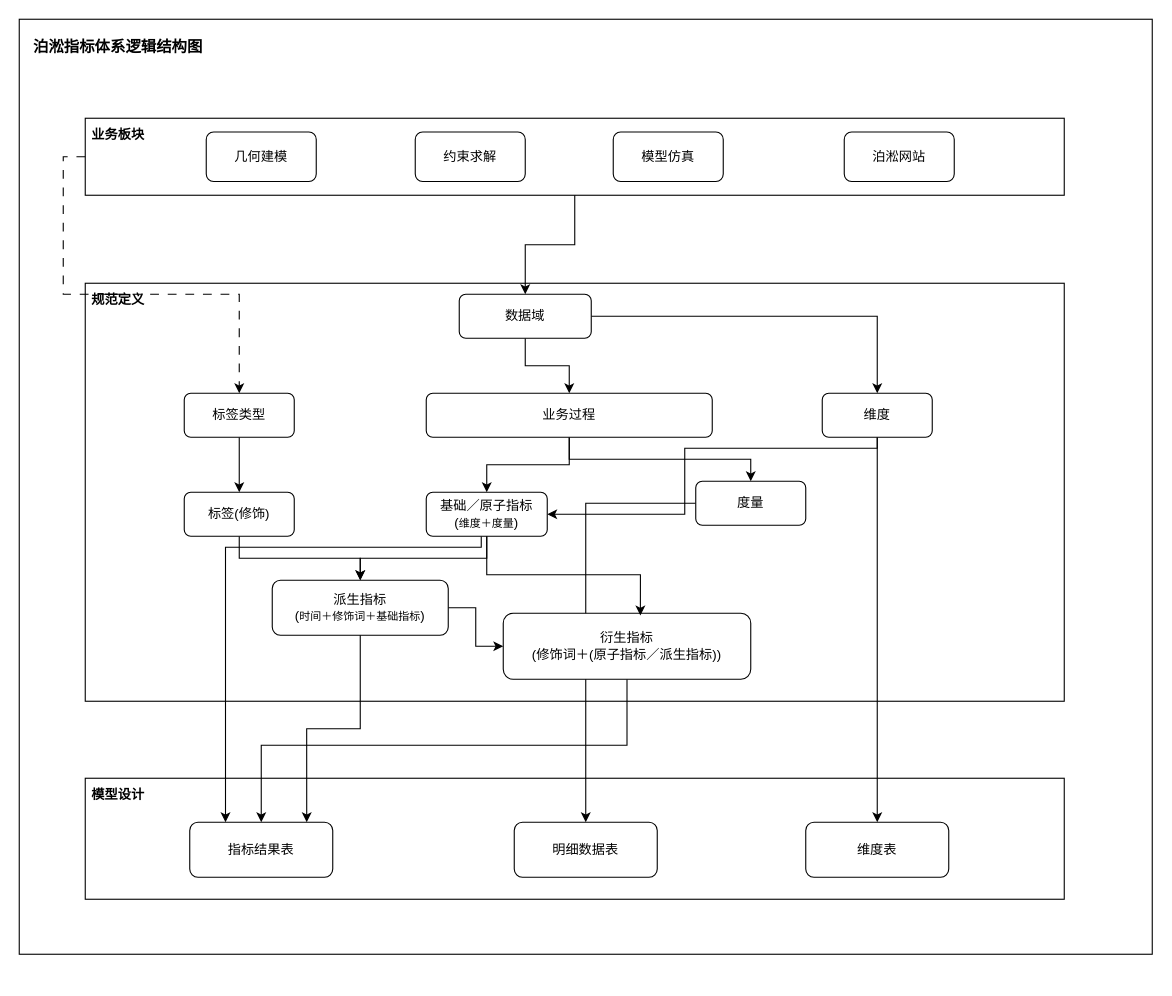
Before: 指标体系.drawio in heyuan-sys/testgit, a draw.io diagram. Source tidied: cells renumbered, new cells numbered last; positions are measured from the earlier drawing's top-left corner, leaving out a move shared by most shapes. Both pictures are drawn from the tidied source at 110%, with x=0, y=0 at pixel (19, 19).
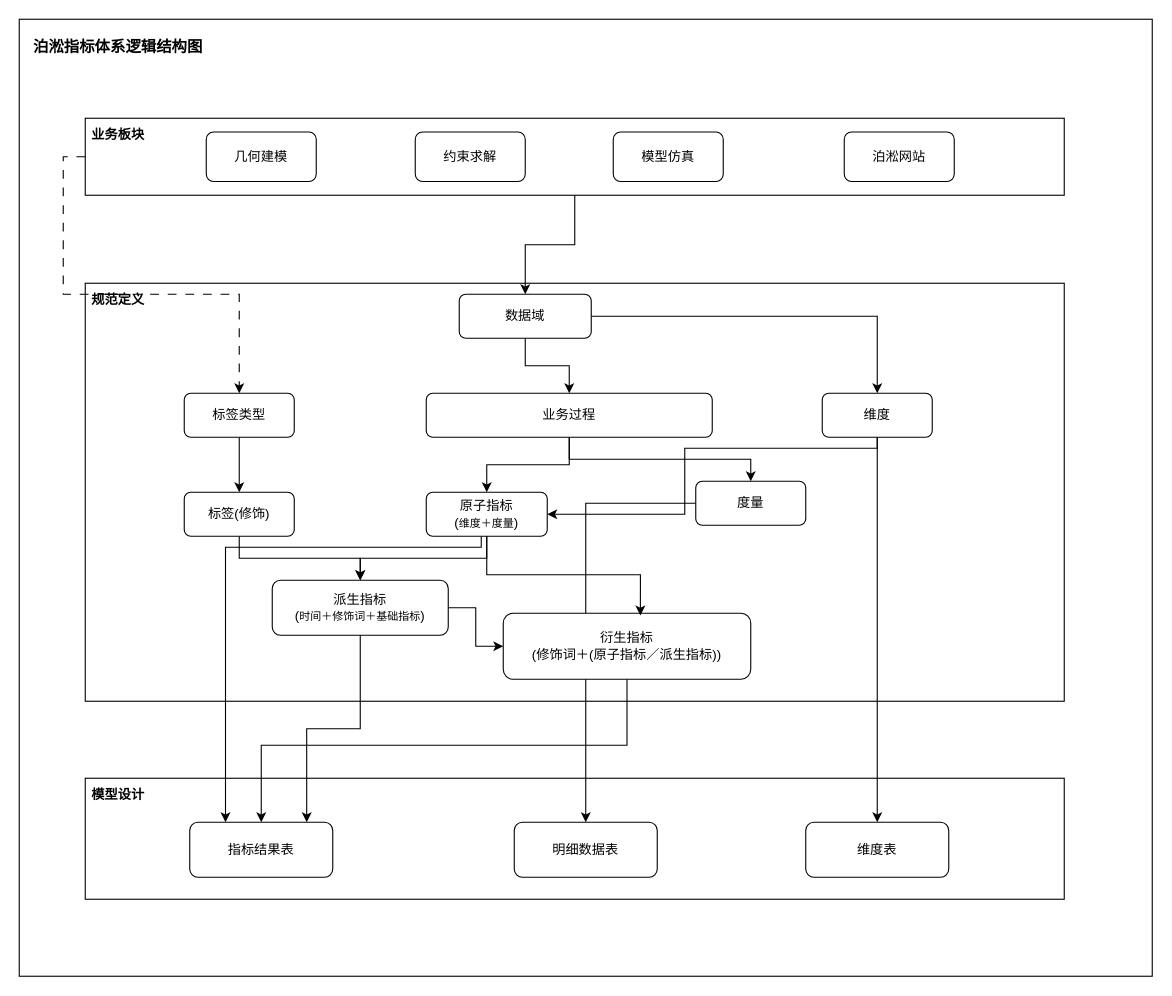
Above is the later version.

Commit message:
更新指标体系.drawio

The edit, as a diff of the source:
```diff
@@
     <mxCell id="2" style="rounded=0;whiteSpace=wrap;html=1;" parent="1" vertex="1">
-      <mxGeometry width="1030" height="850" as="geometry" />
+      <mxGeometry width="1030" height="870" as="geometry" />
     </mxCell>
@@
-    <mxCell id="26" value="基础／原子指标&lt;br&gt;(&lt;font style=&quot;font-size: 10px;&quot;&gt;维度&lt;/font&gt;&lt;span style=&quot;font-size: 10px;&quot;&gt;＋度量&lt;/span&gt;)" style="rounded=1;whiteSpace=wrap;html=1;" parent="1" vertex="1">
+    <mxCell id="26" value="原子指标&lt;br&gt;(&lt;font style=&quot;font-size: 10px;&quot;&gt;维度&lt;/font&gt;&lt;span style=&quot;font-size: 10px;&quot;&gt;＋度量&lt;/span&gt;)" style="rounded=1;whiteSpace=wrap;html=1;" parent="1" vertex="1">
       <mxGeometry x="370" y="430" width="110" height="40" as="geometry" />
     </mxCell>
```
